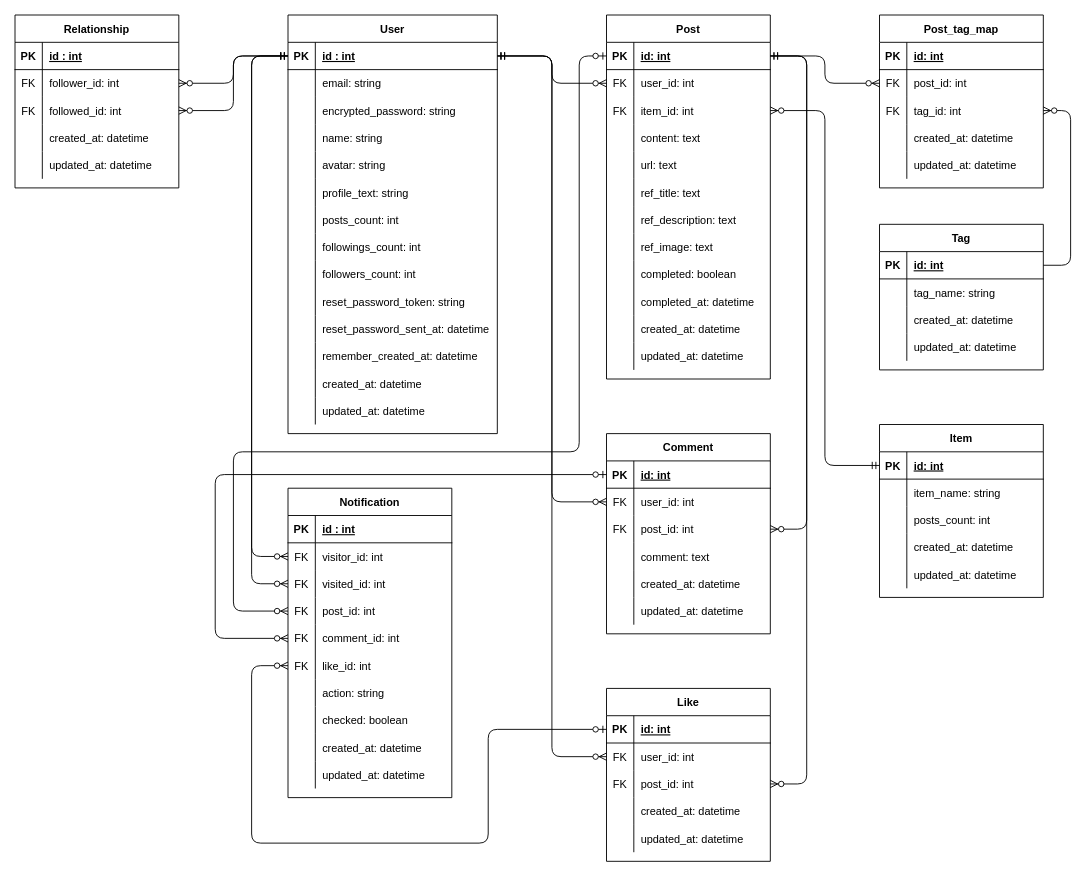
This is intelist_er.drawio from nosuke0611/intelist, a draw.io file, before an edit. Source tidied: cells renumbered, new cells numbered last; positions are measured from the earlier drawing's top-left corner, leaving out a move shared by most shapes. Both pictures are drawn from the tidied source at 91%, with x=0, y=0 at pixel (15, 15).
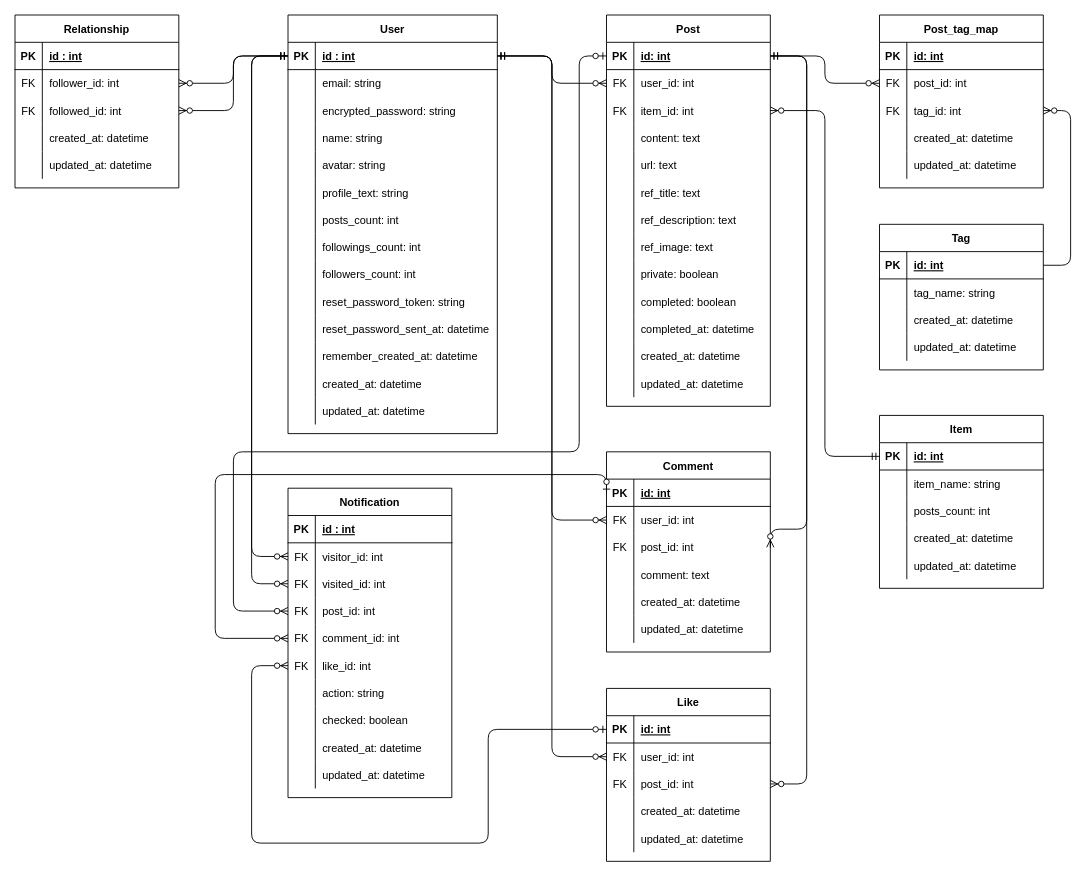
The same page after the edit.

Diff of the diagram source:
```diff
@@
     <mxCell id="2" value="Comment" style="shape=table;startSize=30;childLayout=tableLayout;rowLines=0;fontStyle=1;align=center;fillColor=#FFFFFF;strokeColor=#000000;" parent="1" vertex="1">
-      <mxGeometry x="650" y="460" width="180" height="220" as="geometry" />
+      <mxGeometry x="650" y="480" width="180" height="220" as="geometry" />
     </mxCell>
@@
     <mxCell id="21" value="Item" style="shape=table;startSize=30;childLayout=tableLayout;rowLines=0;fontStyle=1;align=center;fillColor=#FFFFFF;strokeColor=#000000;" parent="1" vertex="1">
-      <mxGeometry x="950" y="450" width="180" height="190" as="geometry" />
+      <mxGeometry x="950" y="440" width="180" height="190" as="geometry" />
     </mxCell>
@@
     <mxCell id="69" value="Post" style="shape=table;startSize=30;childLayout=tableLayout;rowLines=0;fontStyle=1;align=center;fillColor=#FFFFFF;strokeColor=#000000;" parent="1" vertex="1">
-      <mxGeometry x="650" width="180" height="400" as="geometry" />
+      <mxGeometry x="650" width="180" height="430" as="geometry" />
     </mxCell>
@@
+    <mxCell id="224" style="shape=partialRectangle;fillColor=none;top=0;left=0;bottom=0;right=0;" parent="69" vertex="1">
+      <mxGeometry y="270" width="180" height="30" as="geometry" />
+    </mxCell>
+    <mxCell id="225" style="shape=partialRectangle;fillColor=none;top=0;left=0;bottom=0;right=0;overflow=hidden;" parent="224" vertex="1">
+      <mxGeometry width="30" height="30" as="geometry" />
+    </mxCell>
+    <mxCell id="226" value="private: boolean" style="shape=partialRectangle;fillColor=none;top=0;left=0;bottom=0;right=0;align=left;spacingLeft=6;overflow=hidden;" parent="224" vertex="1">
+      <mxGeometry x="30" width="150" height="30" as="geometry" />
+    </mxCell>
     <mxCell id="94" style="shape=partialRectangle;fillColor=none;top=0;left=0;bottom=0;right=0;" parent="69" vertex="1">
-      <mxGeometry y="270" width="180" height="30" as="geometry" />
+      <mxGeometry y="300" width="180" height="30" as="geometry" />
     </mxCell>
@@
     <mxCell id="97" style="shape=partialRectangle;fillColor=none;top=0;left=0;bottom=0;right=0;" parent="69" vertex="1">
-      <mxGeometry y="300" width="180" height="30" as="geometry" />
+      <mxGeometry y="330" width="180" height="30" as="geometry" />
     </mxCell>
@@
     <mxCell id="100" style="shape=partialRectangle;fillColor=none;top=0;left=0;bottom=0;right=0;" parent="69" vertex="1">
-      <mxGeometry y="330" width="180" height="30" as="geometry" />
+      <mxGeometry y="360" width="180" height="30" as="geometry" />
     </mxCell>
@@
     <mxCell id="103" style="shape=partialRectangle;fillColor=none;top=0;left=0;bottom=0;right=0;" parent="69" vertex="1">
-      <mxGeometry y="360" width="180" height="30" as="geometry" />
+      <mxGeometry y="390" width="180" height="30" as="geometry" />
     </mxCell>
```
